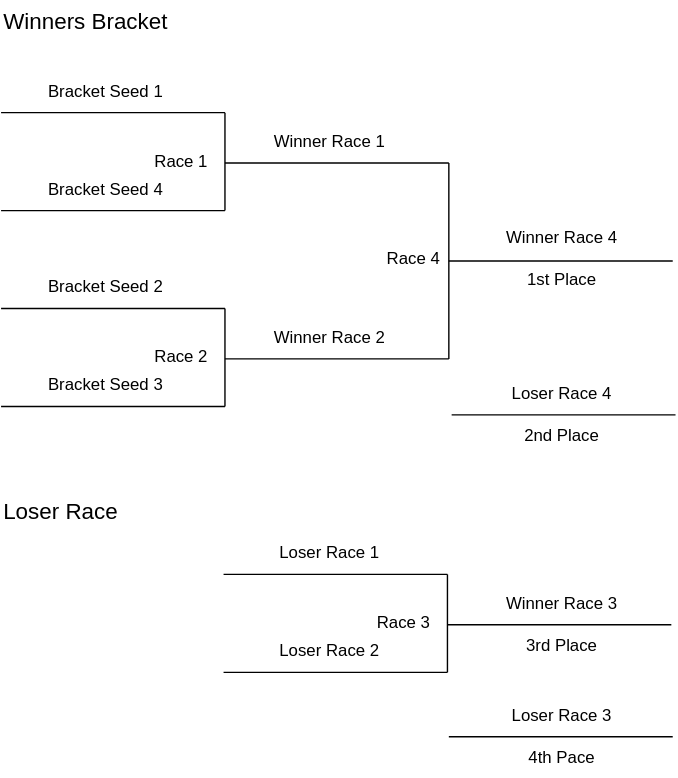
Earlier version of the draw.io export static/img/4-team-se-bracket.drawio.svg (bhall2001/flyballmanager-www). Source tidied: cells renumbered, new cells last; positions are measured from the earlier drawing's top-left corner, leaving out a move shared by most shapes. Source of this version:
```xml
<mxGraphModel>
  <root>
    <mxCell id="0" />
    <mxCell id="1" parent="0" />
    <mxCell id="2" value="&lt;font style=&quot;font-size: 16px;&quot;&gt;Winners Bracket&lt;/font&gt;" style="text;html=1;align=left;verticalAlign=middle;whiteSpace=wrap;rounded=0;" parent="1" vertex="1">
      <mxGeometry width="120" height="30" as="geometry" />
    </mxCell>
    <mxCell id="3" style="group;" parent="1" vertex="1">
      <mxGeometry y="80" width="320" height="70" as="geometry" />
    </mxCell>
    <mxCell id="4" style="endArrow=none;html=1;rounded=0;" parent="3" edge="1">
      <mxGeometry relative="1" as="geometry">
        <mxPoint as="sourcePoint" />
        <mxPoint x="160" as="targetPoint" />
      </mxGeometry>
    </mxCell>
    <mxCell id="5" style="endArrow=none;html=1;rounded=0;" parent="3" edge="1">
      <mxGeometry relative="1" as="geometry">
        <mxPoint y="70" as="sourcePoint" />
        <mxPoint x="160" y="70" as="targetPoint" />
      </mxGeometry>
    </mxCell>
    <mxCell id="6" style="endArrow=none;html=1;rounded=0;" parent="3" edge="1">
      <mxGeometry relative="1" as="geometry">
        <mxPoint x="160" y="70" as="sourcePoint" />
        <mxPoint x="160" as="targetPoint" />
      </mxGeometry>
    </mxCell>
    <mxCell id="7" value="Race 1" style="text;html=1;align=right;verticalAlign=middle;whiteSpace=wrap;rounded=0;" parent="3" vertex="1">
      <mxGeometry x="60" y="20" width="90" height="30" as="geometry" />
    </mxCell>
    <mxCell id="8" style="endArrow=none;html=1;rounded=0;" parent="3" edge="1">
      <mxGeometry relative="1" as="geometry">
        <mxPoint x="160" y="36" as="sourcePoint" />
        <mxPoint x="320" y="36" as="targetPoint" />
      </mxGeometry>
    </mxCell>
    <mxCell id="9" style="group;" parent="1" vertex="1">
      <mxGeometry y="220" width="320" height="70" as="geometry" />
    </mxCell>
    <mxCell id="10" style="endArrow=none;html=1;rounded=0;" parent="9" edge="1">
      <mxGeometry relative="1" as="geometry">
        <mxPoint as="sourcePoint" />
        <mxPoint x="160" as="targetPoint" />
      </mxGeometry>
    </mxCell>
    <mxCell id="11" style="endArrow=none;html=1;rounded=0;" parent="9" edge="1">
      <mxGeometry relative="1" as="geometry">
        <mxPoint y="70" as="sourcePoint" />
        <mxPoint x="160" y="70" as="targetPoint" />
      </mxGeometry>
    </mxCell>
    <mxCell id="12" style="endArrow=none;html=1;rounded=0;" parent="9" edge="1">
      <mxGeometry relative="1" as="geometry">
        <mxPoint x="160" y="70" as="sourcePoint" />
        <mxPoint x="160" as="targetPoint" />
      </mxGeometry>
    </mxCell>
    <mxCell id="13" value="Race 2" style="text;html=1;align=right;verticalAlign=middle;whiteSpace=wrap;rounded=0;" parent="9" vertex="1">
      <mxGeometry x="60" y="20" width="90" height="30" as="geometry" />
    </mxCell>
    <mxCell id="14" style="endArrow=none;html=1;rounded=0;" parent="9" edge="1">
      <mxGeometry relative="1" as="geometry">
        <mxPoint x="160" y="36" as="sourcePoint" />
        <mxPoint x="320" y="36" as="targetPoint" />
      </mxGeometry>
    </mxCell>
    <mxCell id="15" style="group;" parent="1" vertex="1">
      <mxGeometry x="159" y="410" width="320" height="70" as="geometry" />
    </mxCell>
    <mxCell id="16" style="endArrow=none;html=1;rounded=0;" parent="15" edge="1">
      <mxGeometry relative="1" as="geometry">
        <mxPoint as="sourcePoint" />
        <mxPoint x="160" as="targetPoint" />
      </mxGeometry>
    </mxCell>
    <mxCell id="17" style="endArrow=none;html=1;rounded=0;" parent="15" edge="1">
      <mxGeometry relative="1" as="geometry">
        <mxPoint y="70" as="sourcePoint" />
        <mxPoint x="160" y="70" as="targetPoint" />
      </mxGeometry>
    </mxCell>
    <mxCell id="18" style="endArrow=none;html=1;rounded=0;" parent="15" edge="1">
      <mxGeometry relative="1" as="geometry">
        <mxPoint x="160" y="70" as="sourcePoint" />
        <mxPoint x="160" as="targetPoint" />
      </mxGeometry>
    </mxCell>
    <mxCell id="19" value="Race 3" style="text;html=1;align=right;verticalAlign=middle;whiteSpace=wrap;rounded=0;" parent="15" vertex="1">
      <mxGeometry x="60" y="20" width="90" height="30" as="geometry" />
    </mxCell>
    <mxCell id="20" style="endArrow=none;html=1;rounded=0;" parent="15" edge="1">
      <mxGeometry relative="1" as="geometry">
        <mxPoint x="160" y="36" as="sourcePoint" />
        <mxPoint x="320" y="36" as="targetPoint" />
      </mxGeometry>
    </mxCell>
    <mxCell id="21" value="&lt;font style=&quot;font-size: 16px;&quot;&gt;Loser Race&lt;/font&gt;" style="text;html=1;align=left;verticalAlign=middle;whiteSpace=wrap;rounded=0;" parent="1" vertex="1">
      <mxGeometry y="350" width="151" height="30" as="geometry" />
    </mxCell>
    <mxCell id="22" value="Race 4" style="text;html=1;align=right;verticalAlign=middle;whiteSpace=wrap;rounded=0;" parent="1" vertex="1">
      <mxGeometry x="226" y="170" width="90" height="30" as="geometry" />
    </mxCell>
    <mxCell id="23" style="endArrow=none;html=1;rounded=0;" parent="1" edge="1">
      <mxGeometry relative="1" as="geometry">
        <mxPoint x="320" y="256" as="sourcePoint" />
        <mxPoint x="320" y="116" as="targetPoint" />
      </mxGeometry>
    </mxCell>
    <mxCell id="24" style="endArrow=none;html=1;rounded=0;" parent="1" edge="1">
      <mxGeometry relative="1" as="geometry">
        <mxPoint x="320" y="186" as="sourcePoint" />
        <mxPoint x="480" y="186" as="targetPoint" />
      </mxGeometry>
    </mxCell>
    <mxCell id="25" style="endArrow=none;html=1;rounded=0;" parent="1" edge="1">
      <mxGeometry relative="1" as="geometry">
        <mxPoint x="322" y="296" as="sourcePoint" />
        <mxPoint x="482" y="296" as="targetPoint" />
      </mxGeometry>
    </mxCell>
    <mxCell id="26" style="endArrow=none;html=1;rounded=0;" parent="1" edge="1">
      <mxGeometry relative="1" as="geometry">
        <mxPoint x="320" y="526" as="sourcePoint" />
        <mxPoint x="480" y="526" as="targetPoint" />
      </mxGeometry>
    </mxCell>
    <mxCell id="27" value="1st Place" style="text;html=1;align=center;verticalAlign=middle;whiteSpace=wrap;rounded=0;" parent="1" vertex="1">
      <mxGeometry x="356" y="185" width="90" height="30" as="geometry" />
    </mxCell>
    <mxCell id="28" value="2nd Place" style="text;html=1;align=center;verticalAlign=middle;whiteSpace=wrap;rounded=0;" parent="1" vertex="1">
      <mxGeometry x="356" y="296" width="90" height="30" as="geometry" />
    </mxCell>
    <mxCell id="29" value="3rd Place" style="text;html=1;align=center;verticalAlign=middle;whiteSpace=wrap;rounded=0;" parent="1" vertex="1">
      <mxGeometry x="356" y="446" width="90" height="30" as="geometry" />
    </mxCell>
    <mxCell id="30" value="4th Pace" style="text;html=1;align=center;verticalAlign=middle;whiteSpace=wrap;rounded=0;" parent="1" vertex="1">
      <mxGeometry x="356" y="526" width="90" height="30" as="geometry" />
    </mxCell>
    <mxCell id="31" value="Winner Race 4" style="text;html=1;align=center;verticalAlign=middle;whiteSpace=wrap;rounded=0;" parent="1" vertex="1">
      <mxGeometry x="356" y="155" width="90" height="30" as="geometry" />
    </mxCell>
    <mxCell id="32" value="Loser Race 4" style="text;html=1;align=center;verticalAlign=middle;whiteSpace=wrap;rounded=0;" parent="1" vertex="1">
      <mxGeometry x="356" y="266" width="90" height="30" as="geometry" />
    </mxCell>
    <mxCell id="33" value="Winner Race 3" style="text;html=1;align=center;verticalAlign=middle;whiteSpace=wrap;rounded=0;" parent="1" vertex="1">
      <mxGeometry x="356" y="416" width="90" height="30" as="geometry" />
    </mxCell>
    <mxCell id="34" value="Loser Race 3" style="text;html=1;align=center;verticalAlign=middle;whiteSpace=wrap;rounded=0;" parent="1" vertex="1">
      <mxGeometry x="356" y="496" width="90" height="30" as="geometry" />
    </mxCell>
    <mxCell id="35" value="Winner Race 1" style="text;html=1;align=center;verticalAlign=middle;whiteSpace=wrap;rounded=0;" parent="1" vertex="1">
      <mxGeometry x="190" y="86" width="90" height="30" as="geometry" />
    </mxCell>
    <mxCell id="36" value="Winner Race 2" style="text;html=1;align=center;verticalAlign=middle;whiteSpace=wrap;rounded=0;" parent="1" vertex="1">
      <mxGeometry x="190" y="226" width="90" height="30" as="geometry" />
    </mxCell>
    <mxCell id="37" value="Loser Race 1" style="text;html=1;align=center;verticalAlign=middle;whiteSpace=wrap;rounded=0;" parent="1" vertex="1">
      <mxGeometry x="190" y="380" width="90" height="30" as="geometry" />
    </mxCell>
    <mxCell id="38" value="Loser Race 2" style="text;html=1;align=center;verticalAlign=middle;whiteSpace=wrap;rounded=0;" parent="1" vertex="1">
      <mxGeometry x="190" y="450" width="90" height="30" as="geometry" />
    </mxCell>
    <mxCell id="39" value="Bracket Seed 1" style="text;html=1;align=center;verticalAlign=middle;whiteSpace=wrap;rounded=0;" parent="1" vertex="1">
      <mxGeometry x="30" y="50" width="90" height="30" as="geometry" />
    </mxCell>
    <mxCell id="40" value="Bracket Seed 4" style="text;html=1;align=center;verticalAlign=middle;whiteSpace=wrap;rounded=0;" parent="1" vertex="1">
      <mxGeometry x="30" y="120" width="90" height="30" as="geometry" />
    </mxCell>
    <mxCell id="41" value="Bracket Seed 2" style="text;html=1;align=center;verticalAlign=middle;whiteSpace=wrap;rounded=0;" parent="1" vertex="1">
      <mxGeometry x="30" y="190" width="90" height="30" as="geometry" />
    </mxCell>
    <mxCell id="42" value="Bracket Seed 3" style="text;html=1;align=center;verticalAlign=middle;whiteSpace=wrap;rounded=0;" parent="1" vertex="1">
      <mxGeometry x="30" y="260" width="90" height="30" as="geometry" />
    </mxCell>
  </root>
</mxGraphModel>
```
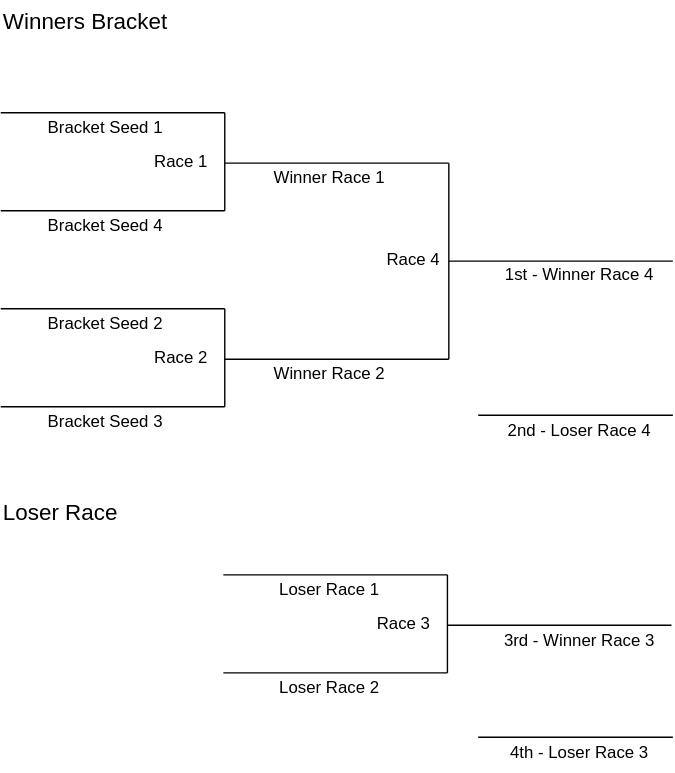
After the commit.

What changed in the source:
```diff
@@ -3,10 +3,10 @@
     <mxCell id="0" />
     <mxCell id="1" parent="0" />
     <mxCell id="2" value="&lt;font style=&quot;font-size: 16px;&quot;&gt;Winners Bracket&lt;/font&gt;" style="text;html=1;align=left;verticalAlign=middle;whiteSpace=wrap;rounded=0;" parent="1" vertex="1">
-      <mxGeometry width="120" height="30" as="geometry" />
+      <mxGeometry y="-26" width="120" height="30" as="geometry" />
     </mxCell>
     <mxCell id="3" style="group;" parent="1" vertex="1">
-      <mxGeometry y="80" width="320" height="70" as="geometry" />
+      <mxGeometry y="54" width="320" height="70" as="geometry" />
     </mxCell>
     <mxCell id="4" style="endArrow=none;html=1;rounded=0;" parent="3" edge="1">
       <mxGeometry relative="1" as="geometry">
@@ -36,7 +36,7 @@
       </mxGeometry>
     </mxCell>
     <mxCell id="9" style="group;" parent="1" vertex="1">
-      <mxGeometry y="220" width="320" height="70" as="geometry" />
+      <mxGeometry y="194" width="320" height="70" as="geometry" />
     </mxCell>
     <mxCell id="10" style="endArrow=none;html=1;rounded=0;" parent="9" edge="1">
       <mxGeometry relative="1" as="geometry">
@@ -66,7 +66,7 @@
       </mxGeometry>
     </mxCell>
     <mxCell id="15" style="group;" parent="1" vertex="1">
-      <mxGeometry x="159" y="410" width="320" height="70" as="geometry" />
+      <mxGeometry x="159" y="384" width="320" height="70" as="geometry" />
     </mxCell>
     <mxCell id="16" style="endArrow=none;html=1;rounded=0;" parent="15" edge="1">
       <mxGeometry relative="1" as="geometry">
@@ -96,58 +96,46 @@
       </mxGeometry>
     </mxCell>
     <mxCell id="21" value="&lt;font style=&quot;font-size: 16px;&quot;&gt;Loser Race&lt;/font&gt;" style="text;html=1;align=left;verticalAlign=middle;whiteSpace=wrap;rounded=0;" parent="1" vertex="1">
-      <mxGeometry y="350" width="151" height="30" as="geometry" />
+      <mxGeometry y="324" width="151" height="30" as="geometry" />
     </mxCell>
     <mxCell id="22" value="Race 4" style="text;html=1;align=right;verticalAlign=middle;whiteSpace=wrap;rounded=0;" parent="1" vertex="1">
-      <mxGeometry x="226" y="170" width="90" height="30" as="geometry" />
+      <mxGeometry x="226" y="144" width="90" height="30" as="geometry" />
     </mxCell>
     <mxCell id="23" style="endArrow=none;html=1;rounded=0;" parent="1" edge="1">
       <mxGeometry relative="1" as="geometry">
-        <mxPoint x="320" y="256" as="sourcePoint" />
-        <mxPoint x="320" y="116" as="targetPoint" />
+        <mxPoint x="320" y="230" as="sourcePoint" />
+        <mxPoint x="320" y="90" as="targetPoint" />
       </mxGeometry>
     </mxCell>
     <mxCell id="24" style="endArrow=none;html=1;rounded=0;" parent="1" edge="1">
       <mxGeometry relative="1" as="geometry">
-        <mxPoint x="320" y="186" as="sourcePoint" />
-        <mxPoint x="480" y="186" as="targetPoint" />
+        <mxPoint x="320" y="160" as="sourcePoint" />
+        <mxPoint x="480" y="160" as="targetPoint" />
       </mxGeometry>
     </mxCell>
     <mxCell id="25" style="endArrow=none;html=1;rounded=0;" parent="1" edge="1">
       <mxGeometry relative="1" as="geometry">
-        <mxPoint x="322" y="296" as="sourcePoint" />
-        <mxPoint x="482" y="296" as="targetPoint" />
+        <mxPoint x="341" y="270" as="sourcePoint" />
+        <mxPoint x="480" y="270" as="targetPoint" />
       </mxGeometry>
     </mxCell>
     <mxCell id="26" style="endArrow=none;html=1;rounded=0;" parent="1" edge="1">
       <mxGeometry relative="1" as="geometry">
-        <mxPoint x="320" y="526" as="sourcePoint" />
-        <mxPoint x="480" y="526" as="targetPoint" />
+        <mxPoint x="341" y="500" as="sourcePoint" />
+        <mxPoint x="480" y="500" as="targetPoint" />
       </mxGeometry>
     </mxCell>
-    <mxCell id="27" value="1st Place" style="text;html=1;align=center;verticalAlign=middle;whiteSpace=wrap;rounded=0;" parent="1" vertex="1">
-      <mxGeometry x="356" y="185" width="90" height="30" as="geometry" />
-    </mxCell>
-    <mxCell id="28" value="2nd Place" style="text;html=1;align=center;verticalAlign=middle;whiteSpace=wrap;rounded=0;" parent="1" vertex="1">
-      <mxGeometry x="356" y="296" width="90" height="30" as="geometry" />
-    </mxCell>
-    <mxCell id="29" value="3rd Place" style="text;html=1;align=center;verticalAlign=middle;whiteSpace=wrap;rounded=0;" parent="1" vertex="1">
-      <mxGeometry x="356" y="446" width="90" height="30" as="geometry" />
-    </mxCell>
-    <mxCell id="30" value="4th Pace" style="text;html=1;align=center;verticalAlign=middle;whiteSpace=wrap;rounded=0;" parent="1" vertex="1">
-      <mxGeometry x="356" y="526" width="90" height="30" as="geometry" />
-    </mxCell>
-    <mxCell id="31" value="Winner Race 4" style="text;html=1;align=center;verticalAlign=middle;whiteSpace=wrap;rounded=0;" parent="1" vertex="1">
-      <mxGeometry x="356" y="155" width="90" height="30" as="geometry" />
+    <mxCell id="31" value="1st - Winner Race 4" style="text;html=1;align=center;verticalAlign=middle;whiteSpace=wrap;rounded=0;" parent="1" vertex="1">
+      <mxGeometry x="356" y="155" width="115" height="30" as="geometry" />
     </mxCell>
-    <mxCell id="32" value="Loser Race 4" style="text;html=1;align=center;verticalAlign=middle;whiteSpace=wrap;rounded=0;" parent="1" vertex="1">
-      <mxGeometry x="356" y="266" width="90" height="30" as="geometry" />
+    <mxCell id="32" value="2nd - Loser Race 4" style="text;html=1;align=center;verticalAlign=middle;whiteSpace=wrap;rounded=0;" parent="1" vertex="1">
+      <mxGeometry x="361" y="266" width="105" height="30" as="geometry" />
     </mxCell>
-    <mxCell id="33" value="Winner Race 3" style="text;html=1;align=center;verticalAlign=middle;whiteSpace=wrap;rounded=0;" parent="1" vertex="1">
-      <mxGeometry x="356" y="416" width="90" height="30" as="geometry" />
+    <mxCell id="33" value="3rd - Winner Race 3" style="text;html=1;align=center;verticalAlign=middle;whiteSpace=wrap;rounded=0;" parent="1" vertex="1">
+      <mxGeometry x="356" y="416" width="115" height="30" as="geometry" />
     </mxCell>
-    <mxCell id="34" value="Loser Race 3" style="text;html=1;align=center;verticalAlign=middle;whiteSpace=wrap;rounded=0;" parent="1" vertex="1">
-      <mxGeometry x="356" y="496" width="90" height="30" as="geometry" />
+    <mxCell id="34" value="4th - Loser Race 3" style="text;html=1;align=center;verticalAlign=middle;whiteSpace=wrap;rounded=0;" parent="1" vertex="1">
+      <mxGeometry x="361" y="496" width="105" height="30" as="geometry" />
     </mxCell>
     <mxCell id="35" value="Winner Race 1" style="text;html=1;align=center;verticalAlign=middle;whiteSpace=wrap;rounded=0;" parent="1" vertex="1">
       <mxGeometry x="190" y="86" width="90" height="30" as="geometry" />
```
